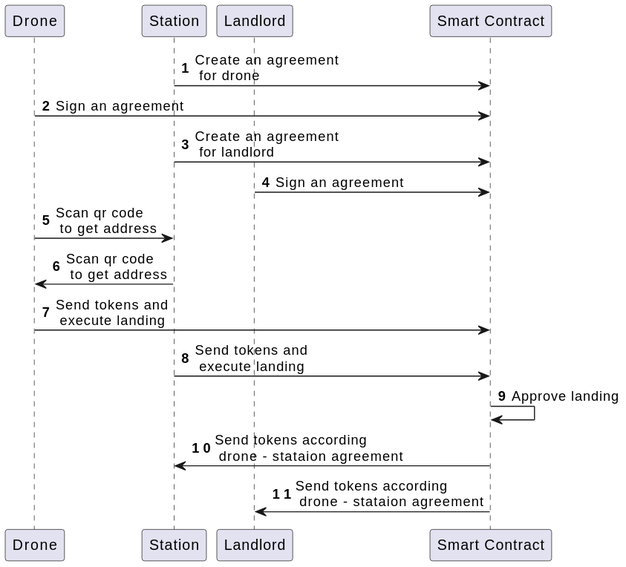
Earlier version of the PlantUML export docs/render/GroundCycle.svg (staex-io/rise-next).
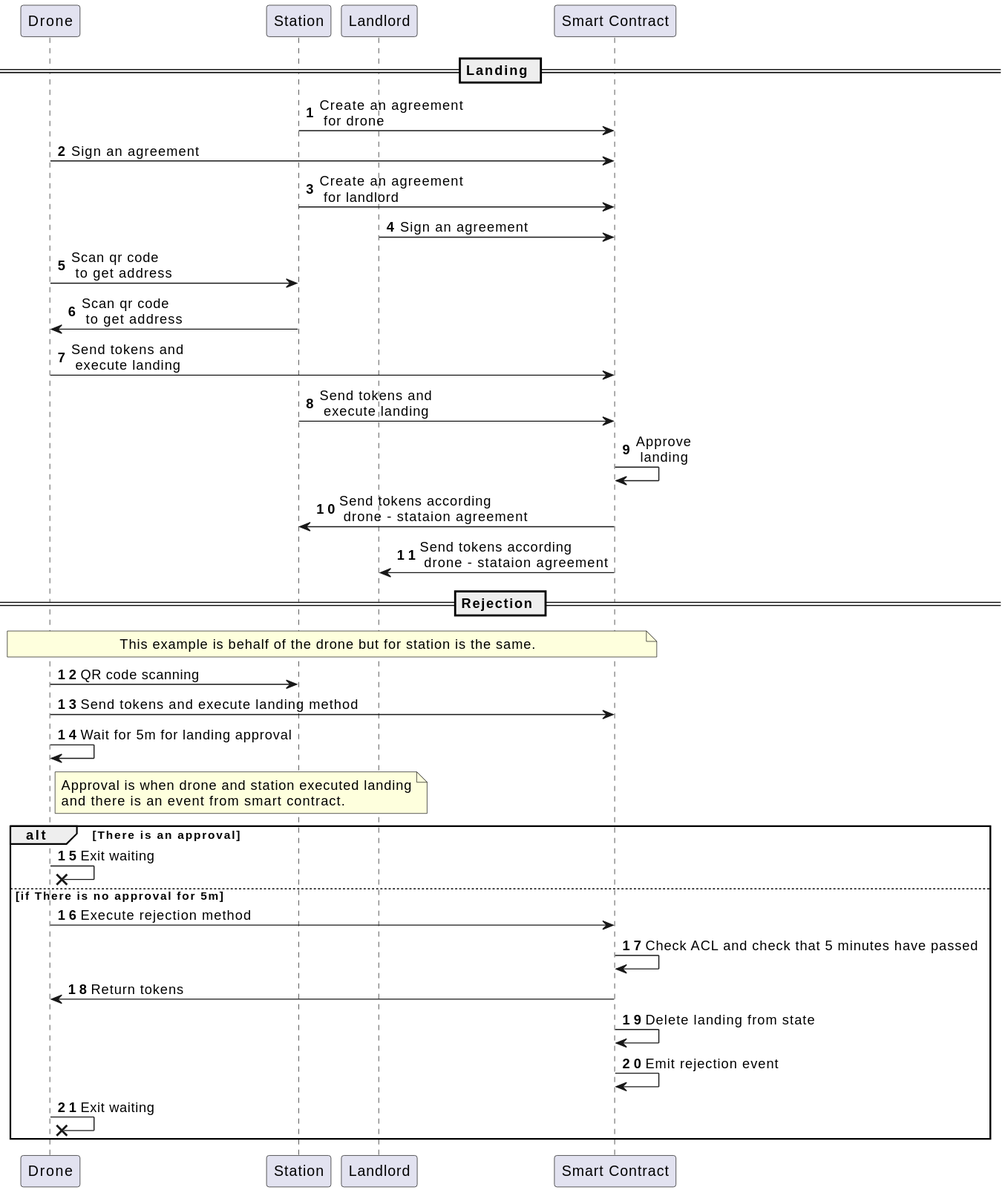
After the commit.

What changed in the source:
```diff
@@ -5,6 +5,8 @@
 participant Station as station
 participant Landlord as landlord
 participant "Smart Contract" as sc
+
+== Landing ==
 
 station -> sc: Create an agreement\n for drone
 drone -> sc: Sign an agreement
@@ -16,7 +18,29 @@
 drone -> sc: Send tokens and\n execute landing
 station -> sc: Send tokens and\n execute landing
 
-sc -> sc: Approve landing
+sc -> sc: Approve\n landing
 sc -> station: Send tokens according\n drone - stataion agreement
 sc -> landlord: Send tokens according\n drone - stataion agreement
+
+== Rejection ==
+
+note over drone,sc: This example is behalf of the drone but for station is the same.
+
+drone -> station: QR code scanning
+drone -> sc: Send tokens and execute landing method
+drone -> drone: Wait for 5m for landing approval
+note right drone
+Approval is when drone and station executed landing
+and there is an event from smart contract.
+end note
+alt There is an approval
+drone ->x drone: Exit waiting
+else if There is no approval for 5m
+drone -> sc: Execute rejection method
+sc -> sc: Check ACL and check that 5 minutes have passed
+sc -> drone: Return tokens
+sc -> sc: Delete landing from state
+sc -> sc: Emit rejection event
+drone ->x drone: Exit waiting
+end
 @enduml
```
